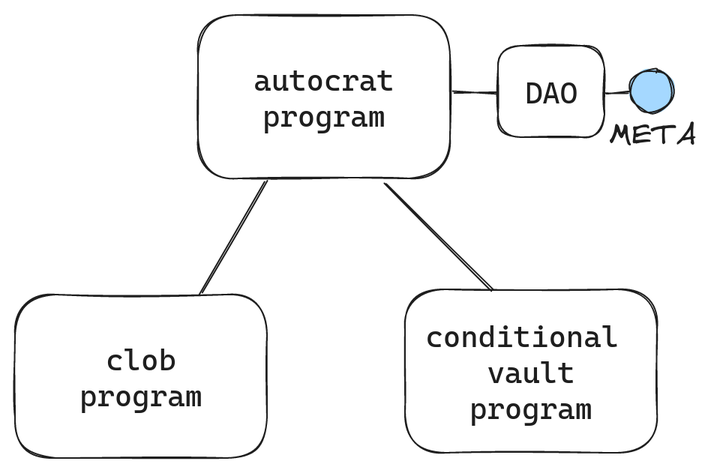
Earlier version of the Excalidraw export img/3programs.png (metaDAOproject/JTD-docs). Source tidied: one line per element, renumbered; positions are measured from the earlier drawing's top-left corner, leaving out a move shared by most shapes. Its diagram source:
```json
{"id": 0, "type": "rectangle", "strokeColor": "#1e1e1e", "strokeWidth": 1, "roughness": 1, "round": true, "x": 0, "y": 186, "width": 168, "height": 109}
{"id": 1, "type": "text", "text": "clob\nprogram", "strokeColor": "#1e1e1e", "strokeWidth": 1, "roughness": 1, "fontSize": 20, "fontFamily": 3, "textAlign": "center", "verticalAlign": "middle", "inside": 0, "x": 43, "y": 217, "width": 82, "height": 48}
{"id": 2, "type": "rectangle", "strokeColor": "#1e1e1e", "strokeWidth": 1, "roughness": 1, "round": true, "x": 122, "y": 0, "width": 168, "height": 109}
{"id": 3, "type": "text", "text": "autocrat\nprogram", "strokeColor": "#1e1e1e", "strokeWidth": 1, "roughness": 1, "fontSize": 20, "fontFamily": 3, "textAlign": "center", "verticalAlign": "middle", "inside": 2, "x": 159, "y": 31, "width": 94, "height": 48}
{"id": 4, "type": "rectangle", "strokeColor": "#1e1e1e", "strokeWidth": 1, "roughness": 1, "round": true, "x": 260, "y": 183, "width": 168, "height": 109}
{"id": 5, "type": "text", "text": "conditional \nvault\nprogram", "strokeColor": "#1e1e1e", "strokeWidth": 1, "roughness": 1, "fontSize": 20, "fontFamily": 3, "textAlign": "center", "verticalAlign": "middle", "inside": 4, "x": 274, "y": 202, "width": 141, "height": 72}
{"id": 6, "type": "line", "strokeColor": "#1e1e1e", "backgroundColor": "#a5d8ff", "fillStyle": "cross-hatch", "strokeWidth": 1, "roughness": 1, "round": true, "x": 167, "y": 110, "width": 44, "height": 76, "points": [[0, 0], [-44, 76]]}
{"id": 7, "type": "line", "strokeColor": "#1e1e1e", "backgroundColor": "#a5d8ff", "fillStyle": "cross-hatch", "strokeWidth": 1, "roughness": 1, "round": true, "x": 247, "y": 112, "width": 72, "height": 72, "points": [[0, 0], [72, 72]]}
{"id": 8, "type": "line", "strokeColor": "#1e1e1e", "backgroundColor": "#a5d8ff", "fillStyle": "cross-hatch", "strokeWidth": 1, "roughness": 1, "round": true, "x": 292, "y": 52, "width": 29, "height": 0, "points": [[0, 0], [29, 0]]}
{"id": 9, "type": "rectangle", "strokeColor": "#1e1e1e", "strokeWidth": 1, "roughness": 1, "round": true, "x": 322, "y": 20, "width": 71, "height": 61}
{"id": 10, "type": "text", "text": "DAO", "strokeColor": "#1e1e1e", "strokeWidth": 1, "roughness": 1, "fontSize": 20, "fontFamily": 3, "textAlign": "center", "verticalAlign": "middle", "inside": 9, "x": 340, "y": 39, "width": 35, "height": 24}
{"id": 11, "type": "line", "strokeColor": "#1e1e1e", "strokeWidth": 1, "roughness": 1, "round": true, "x": 394, "y": 52, "width": 16, "height": 0, "points": [[0, 0], [16, 0]]}
{"id": 12, "type": "ellipse", "strokeColor": "#1e1e1e", "backgroundColor": "#a5d8ff", "fillStyle": "solid", "strokeWidth": 1, "roughness": 1, "round": true, "x": 410, "y": 36, "width": 29, "height": 29}
{"id": 13, "type": "text", "text": "META", "strokeColor": "#1e1e1e", "backgroundColor": "#a5d8ff", "fillStyle": "solid", "strokeWidth": 1, "roughness": 1, "fontSize": 20, "fontFamily": 1, "x": 396, "y": 68, "width": 58, "height": 25}
```
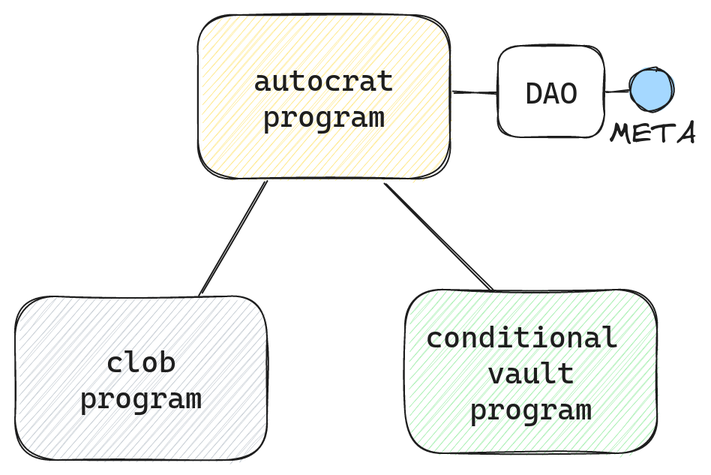
Later version of the same file.

The edit, as a diff of the source:
```diff
@@ -1,14 +1,14 @@
-{"id": 0, "type": "rectangle", "strokeColor": "#1e1e1e", "strokeWidth": 1, "roughness": 1, "round": true, "x": 0, "y": 186, "width": 168, "height": 109}
+{"id": 0, "type": "rectangle", "strokeColor": "#1e1e1e", "backgroundColor": "#ced4da", "fillStyle": "hachure", "strokeWidth": 1, "roughness": 1, "round": true, "x": 0, "y": 188, "width": 168, "height": 109}
-{"id": 1, "type": "text", "text": "clob\nprogram", "strokeColor": "#1e1e1e", "strokeWidth": 1, "roughness": 1, "fontSize": 20, "fontFamily": 3, "textAlign": "center", "verticalAlign": "middle", "inside": 0, "x": 43, "y": 217, "width": 82, "height": 48}
+{"id": 1, "type": "text", "text": "clob\nprogram", "strokeColor": "#1e1e1e", "strokeWidth": 1, "roughness": 1, "fontSize": 20, "fontFamily": 3, "textAlign": "center", "verticalAlign": "middle", "inside": 0, "x": 43, "y": 218, "width": 82, "height": 48}
-{"id": 2, "type": "rectangle", "strokeColor": "#1e1e1e", "strokeWidth": 1, "roughness": 1, "round": true, "x": 122, "y": 0, "width": 168, "height": 109}
+{"id": 2, "type": "rectangle", "strokeColor": "#1e1e1e", "backgroundColor": "#ffec99", "fillStyle": "hachure", "strokeWidth": 1, "roughness": 1, "round": true, "x": 122, "y": 0, "width": 168, "height": 109}
 {"id": 3, "type": "text", "text": "autocrat\nprogram", "strokeColor": "#1e1e1e", "strokeWidth": 1, "roughness": 1, "fontSize": 20, "fontFamily": 3, "textAlign": "center", "verticalAlign": "middle", "inside": 2, "x": 159, "y": 31, "width": 94, "height": 48}
-{"id": 4, "type": "rectangle", "strokeColor": "#1e1e1e", "strokeWidth": 1, "roughness": 1, "round": true, "x": 260, "y": 183, "width": 168, "height": 109}
+{"id": 4, "type": "rectangle", "strokeColor": "#1e1e1e", "backgroundColor": "#b2f2bb", "fillStyle": "hachure", "strokeWidth": 1, "roughness": 1, "round": true, "x": 260, "y": 183, "width": 168, "height": 109}
 {"id": 5, "type": "text", "text": "conditional \nvault\nprogram", "strokeColor": "#1e1e1e", "strokeWidth": 1, "roughness": 1, "fontSize": 20, "fontFamily": 3, "textAlign": "center", "verticalAlign": "middle", "inside": 4, "x": 274, "y": 202, "width": 141, "height": 72}
 {"id": 6, "type": "line", "strokeColor": "#1e1e1e", "backgroundColor": "#a5d8ff", "fillStyle": "cross-hatch", "strokeWidth": 1, "roughness": 1, "round": true, "x": 167, "y": 110, "width": 44, "height": 76, "points": [[0, 0], [-44, 76]]}
 {"id": 7, "type": "line", "strokeColor": "#1e1e1e", "backgroundColor": "#a5d8ff", "fillStyle": "cross-hatch", "strokeWidth": 1, "roughness": 1, "round": true, "x": 247, "y": 112, "width": 72, "height": 72, "points": [[0, 0], [72, 72]]}
 {"id": 8, "type": "line", "strokeColor": "#1e1e1e", "backgroundColor": "#a5d8ff", "fillStyle": "cross-hatch", "strokeWidth": 1, "roughness": 1, "round": true, "x": 292, "y": 52, "width": 29, "height": 0, "points": [[0, 0], [29, 0]]}
 {"id": 9, "type": "rectangle", "strokeColor": "#1e1e1e", "strokeWidth": 1, "roughness": 1, "round": true, "x": 322, "y": 20, "width": 71, "height": 61}
 {"id": 10, "type": "text", "text": "DAO", "strokeColor": "#1e1e1e", "strokeWidth": 1, "roughness": 1, "fontSize": 20, "fontFamily": 3, "textAlign": "center", "verticalAlign": "middle", "inside": 9, "x": 340, "y": 39, "width": 35, "height": 24}
-{"id": 11, "type": "line", "strokeColor": "#1e1e1e", "strokeWidth": 1, "roughness": 1, "round": true, "x": 394, "y": 52, "width": 16, "height": 0, "points": [[0, 0], [16, 0]]}
+{"id": 11, "type": "line", "strokeColor": "#1e1e1e", "strokeWidth": 1, "roughness": 1, "round": true, "x": 394, "y": 50, "width": 16, "height": 0, "points": [[0, 0], [16, 0]]}
 {"id": 12, "type": "ellipse", "strokeColor": "#1e1e1e", "backgroundColor": "#a5d8ff", "fillStyle": "solid", "strokeWidth": 1, "roughness": 1, "round": true, "x": 410, "y": 36, "width": 29, "height": 29}
-{"id": 13, "type": "text", "text": "META", "strokeColor": "#1e1e1e", "backgroundColor": "#a5d8ff", "fillStyle": "solid", "strokeWidth": 1, "roughness": 1, "fontSize": 20, "fontFamily": 1, "x": 396, "y": 68, "width": 58, "height": 25}
+{"id": 13, "type": "text", "text": "META", "strokeColor": "#1e1e1e", "backgroundColor": "#a5d8ff", "fillStyle": "solid", "strokeWidth": 1, "roughness": 1, "fontSize": 20, "fontFamily": 1, "x": 396, "y": 66, "width": 58, "height": 25}
```
